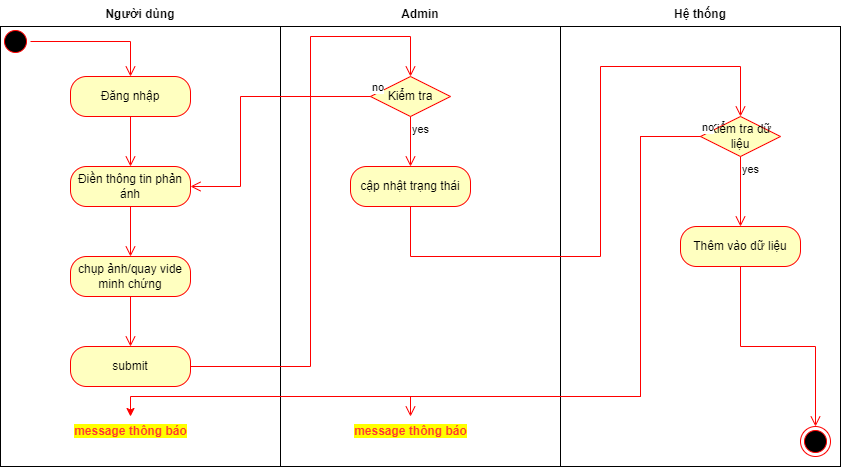
The draw.io diagram Hệ Thống/Họa động phản ánh.png in shinoasada1907/My_Life_App, before a commit. Source tidied: cells renumbered, new cells last; positions are measured from the earlier drawing's top-left corner, leaving out a move shared by most shapes. The source it was exported from:
```xml
<mxGraphModel background="#ffffff">
  <root>
    <mxCell id="0" />
    <mxCell id="1" parent="0" />
    <mxCell id="2" style="html=1;perimeter=orthogonalPerimeter;" parent="1" vertex="1">
      <mxGeometry y="26" width="280" height="440" as="geometry" />
    </mxCell>
    <mxCell id="3" style="html=1;perimeter=orthogonalPerimeter;" parent="1" vertex="1">
      <mxGeometry x="280" y="26" width="280" height="440" as="geometry" />
    </mxCell>
    <mxCell id="4" style="ellipse;html=1;shape=startState;fillColor=#000000;strokeColor=#ff0000;" parent="1" vertex="1">
      <mxGeometry y="26" width="30" height="30" as="geometry" />
    </mxCell>
    <mxCell id="5" style="edgeStyle=orthogonalEdgeStyle;html=1;verticalAlign=bottom;endArrow=open;endSize=8;strokeColor=#ff0000;rounded=0;entryX=0.5;entryY=0;entryDx=0;entryDy=0;" parent="1" edge="1" source="4" target="10">
      <mxGeometry relative="1" as="geometry" />
    </mxCell>
    <mxCell id="6" style="html=1;perimeter=orthogonalPerimeter;" parent="1" vertex="1">
      <mxGeometry x="560" y="26" width="280" height="440" as="geometry" />
    </mxCell>
    <mxCell id="7" value="Người dùng" style="text;align=center;fontStyle=1;verticalAlign=middle;spacingLeft=3;spacingRight=3;strokeColor=none;" parent="1" vertex="1">
      <mxGeometry x="100" width="80" height="26" as="geometry" />
    </mxCell>
    <mxCell id="8" value="Admin" style="text;align=center;fontStyle=1;verticalAlign=middle;spacingLeft=3;spacingRight=3;strokeColor=none;" parent="1" vertex="1">
      <mxGeometry x="380" width="80" height="26" as="geometry" />
    </mxCell>
    <mxCell id="9" value="Hệ thống" style="text;align=center;fontStyle=1;verticalAlign=middle;spacingLeft=3;spacingRight=3;strokeColor=none;" parent="1" vertex="1">
      <mxGeometry x="660" width="80" height="26" as="geometry" />
    </mxCell>
    <mxCell id="10" value="Đăng nhập" style="rounded=1;whiteSpace=wrap;html=1;arcSize=40;fontColor=#000000;fillColor=#ffffc0;strokeColor=#ff0000;" parent="1" vertex="1">
      <mxGeometry x="70" y="76" width="120" height="40" as="geometry" />
    </mxCell>
    <mxCell id="11" style="edgeStyle=orthogonalEdgeStyle;html=1;verticalAlign=bottom;endArrow=open;endSize=8;strokeColor=#ff0000;rounded=0;" parent="1" edge="1" source="10" target="12">
      <mxGeometry relative="1" as="geometry" />
    </mxCell>
    <mxCell id="12" value="Điền thông tin phản ánh" style="rounded=1;whiteSpace=wrap;html=1;arcSize=40;fontColor=#000000;fillColor=#ffffc0;strokeColor=#ff0000;" parent="1" vertex="1">
      <mxGeometry x="70" y="166" width="120" height="40" as="geometry" />
    </mxCell>
    <mxCell id="13" style="edgeStyle=orthogonalEdgeStyle;html=1;verticalAlign=bottom;endArrow=open;endSize=8;strokeColor=#ff0000;rounded=0;" parent="1" edge="1" source="12" target="14">
      <mxGeometry relative="1" as="geometry" />
    </mxCell>
    <mxCell id="14" value="chụp ảnh/quay vide minh chứng" style="rounded=1;whiteSpace=wrap;html=1;arcSize=40;fontColor=#000000;fillColor=#ffffc0;strokeColor=#ff0000;" parent="1" vertex="1">
      <mxGeometry x="70" y="256" width="120" height="40" as="geometry" />
    </mxCell>
    <mxCell id="15" style="edgeStyle=orthogonalEdgeStyle;html=1;verticalAlign=bottom;endArrow=open;endSize=8;strokeColor=#ff0000;rounded=0;entryX=0.5;entryY=0;entryDx=0;entryDy=0;" parent="1" edge="1" source="14" target="16">
      <mxGeometry relative="1" as="geometry" />
    </mxCell>
    <mxCell id="16" value="submit" style="rounded=1;whiteSpace=wrap;html=1;arcSize=40;fontColor=#000000;fillColor=#ffffc0;strokeColor=#ff0000;" parent="1" vertex="1">
      <mxGeometry x="70" y="346" width="120" height="40" as="geometry" />
    </mxCell>
    <mxCell id="17" style="edgeStyle=orthogonalEdgeStyle;html=1;verticalAlign=bottom;endArrow=open;endSize=8;strokeColor=#ff0000;rounded=0;entryX=0.5;entryY=0;entryDx=0;entryDy=0;" parent="1" edge="1" source="16" target="20">
      <mxGeometry relative="1" as="geometry">
        <Array as="points">
          <mxPoint x="310" y="366" />
          <mxPoint x="310" y="36" />
          <mxPoint x="410" y="36" />
        </Array>
      </mxGeometry>
    </mxCell>
    <mxCell id="18" value="cập nhật trạng thái" style="rounded=1;whiteSpace=wrap;html=1;arcSize=40;fontColor=#000000;fillColor=#ffffc0;strokeColor=#ff0000;" parent="1" vertex="1">
      <mxGeometry x="350" y="166" width="120" height="40" as="geometry" />
    </mxCell>
    <mxCell id="19" style="edgeStyle=orthogonalEdgeStyle;html=1;verticalAlign=bottom;endArrow=open;endSize=8;strokeColor=#ff0000;rounded=0;entryX=0.5;entryY=0;entryDx=0;entryDy=0;" parent="1" edge="1" source="18" target="24">
      <mxGeometry relative="1" as="geometry">
        <Array as="points">
          <mxPoint x="410" y="256" />
          <mxPoint x="600" y="256" />
          <mxPoint x="600" y="66" />
          <mxPoint x="740" y="66" />
        </Array>
      </mxGeometry>
    </mxCell>
    <mxCell id="20" value="Kiểm tra" style="rhombus;whiteSpace=wrap;html=1;fillColor=#ffffc0;strokeColor=#ff0000;" parent="1" vertex="1">
      <mxGeometry x="370" y="76" width="80" height="40" as="geometry" />
    </mxCell>
    <mxCell id="21" value="no" style="edgeStyle=orthogonalEdgeStyle;html=1;align=left;verticalAlign=bottom;endArrow=open;endSize=8;strokeColor=#ff0000;rounded=0;entryX=1;entryY=0.5;entryDx=0;entryDy=0;" parent="1" edge="1" source="20" target="12">
      <mxGeometry x="-1" relative="1" as="geometry">
        <Array as="points">
          <mxPoint x="240" y="96" />
          <mxPoint x="240" y="186" />
        </Array>
      </mxGeometry>
    </mxCell>
    <mxCell id="22" value="yes" style="edgeStyle=orthogonalEdgeStyle;html=1;align=left;verticalAlign=top;endArrow=open;endSize=8;strokeColor=#ff0000;rounded=0;entryX=0.5;entryY=0;entryDx=0;entryDy=0;" parent="1" edge="1" source="20" target="18">
      <mxGeometry x="-1" relative="1" as="geometry" />
    </mxCell>
    <mxCell id="23" style="edgeStyle=orthogonalEdgeStyle;rounded=0;jettySize=auto;html=1;exitX=0;exitY=0.5;exitDx=0;exitDy=0;fontColor=#FF3333;strokeColor=#FF0000;" parent="1" edge="1" source="24" target="29">
      <mxGeometry relative="1" as="geometry">
        <Array as="points">
          <mxPoint x="640" y="136" />
          <mxPoint x="640" y="396" />
          <mxPoint x="130" y="396" />
        </Array>
      </mxGeometry>
    </mxCell>
    <mxCell id="24" value="Kiểm tra dữ liệu" style="rhombus;whiteSpace=wrap;html=1;fillColor=#ffffc0;strokeColor=#ff0000;" parent="1" vertex="1">
      <mxGeometry x="700" y="116" width="80" height="40" as="geometry" />
    </mxCell>
    <mxCell id="25" value="no" style="edgeStyle=orthogonalEdgeStyle;html=1;align=left;verticalAlign=bottom;endArrow=open;endSize=8;strokeColor=#ff0000;rounded=0;" parent="1" edge="1" source="24" target="30">
      <mxGeometry x="-1" relative="1" as="geometry">
        <Array as="points">
          <mxPoint x="640" y="136" />
          <mxPoint x="640" y="396" />
          <mxPoint x="410" y="396" />
        </Array>
      </mxGeometry>
    </mxCell>
    <mxCell id="26" value="yes" style="edgeStyle=orthogonalEdgeStyle;html=1;align=left;verticalAlign=top;endArrow=open;endSize=8;strokeColor=#ff0000;rounded=0;" parent="1" edge="1" source="24" target="27">
      <mxGeometry x="-1" relative="1" as="geometry" />
    </mxCell>
    <mxCell id="27" value="Thêm vào dữ liệu" style="rounded=1;whiteSpace=wrap;html=1;arcSize=40;fontColor=#000000;fillColor=#ffffc0;strokeColor=#ff0000;" parent="1" vertex="1">
      <mxGeometry x="680" y="226" width="120" height="40" as="geometry" />
    </mxCell>
    <mxCell id="28" style="edgeStyle=orthogonalEdgeStyle;html=1;verticalAlign=bottom;endArrow=open;endSize=8;strokeColor=#FF0000;rounded=0;entryX=0.5;entryY=0;entryDx=0;entryDy=0;" parent="1" edge="1" source="27" target="31">
      <mxGeometry relative="1" as="geometry" />
    </mxCell>
    <mxCell id="29" value="&lt;b style=&quot;background-color: rgb(255, 255, 0);&quot;&gt;&lt;font color=&quot;#ff3333&quot;&gt;message thông báo&lt;/font&gt;&lt;/b&gt;" style="text;html=1;align=center;verticalAlign=middle;points=[];strokeColor=none;fillColor=none;" parent="1" vertex="1">
      <mxGeometry x="60" y="416" width="140" height="30" as="geometry" />
    </mxCell>
    <mxCell id="30" value="&lt;b style=&quot;background-color: rgb(255, 255, 0);&quot;&gt;&lt;font color=&quot;#ff3333&quot;&gt;message thông báo&lt;/font&gt;&lt;/b&gt;" style="text;html=1;align=center;verticalAlign=middle;points=[];strokeColor=none;fillColor=none;" parent="1" vertex="1">
      <mxGeometry x="340" y="416" width="140" height="30" as="geometry" />
    </mxCell>
    <mxCell id="31" style="ellipse;html=1;shape=endState;fillColor=#000000;strokeColor=#ff0000;labelBackgroundColor=#FFFF00;fontColor=#FF3333;" parent="1" vertex="1">
      <mxGeometry x="800" y="426" width="30" height="30" as="geometry" />
    </mxCell>
  </root>
</mxGraphModel>
```
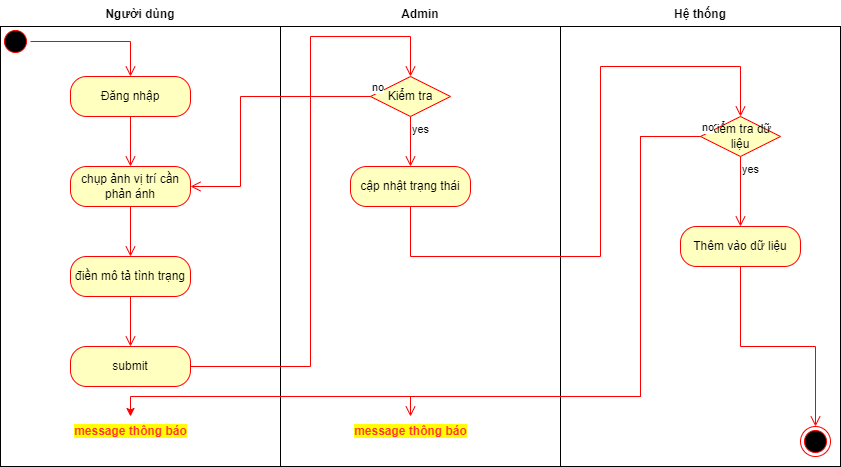
Above is the later version.

Change to the diagram source:
```diff
@@ -32,13 +32,13 @@
     <mxCell id="11" style="edgeStyle=orthogonalEdgeStyle;html=1;verticalAlign=bottom;endArrow=open;endSize=8;strokeColor=#ff0000;rounded=0;" parent="1" edge="1" source="10" target="12">
       <mxGeometry relative="1" as="geometry" />
     </mxCell>
-    <mxCell id="12" value="Điền thông tin phản ánh" style="rounded=1;whiteSpace=wrap;html=1;arcSize=40;fontColor=#000000;fillColor=#ffffc0;strokeColor=#ff0000;" parent="1" vertex="1">
+    <mxCell id="12" value="chụp ảnh vị trí cần phản ánh" style="rounded=1;whiteSpace=wrap;html=1;arcSize=40;fontColor=#000000;fillColor=#ffffc0;strokeColor=#ff0000;" parent="1" vertex="1">
       <mxGeometry x="70" y="166" width="120" height="40" as="geometry" />
     </mxCell>
     <mxCell id="13" style="edgeStyle=orthogonalEdgeStyle;html=1;verticalAlign=bottom;endArrow=open;endSize=8;strokeColor=#ff0000;rounded=0;" parent="1" edge="1" source="12" target="14">
       <mxGeometry relative="1" as="geometry" />
     </mxCell>
-    <mxCell id="14" value="chụp ảnh/quay vide minh chứng" style="rounded=1;whiteSpace=wrap;html=1;arcSize=40;fontColor=#000000;fillColor=#ffffc0;strokeColor=#ff0000;" parent="1" vertex="1">
+    <mxCell id="14" value="điền mô tả tình trạng" style="rounded=1;whiteSpace=wrap;html=1;arcSize=40;fontColor=#000000;fillColor=#ffffc0;strokeColor=#ff0000;" parent="1" vertex="1">
       <mxGeometry x="70" y="256" width="120" height="40" as="geometry" />
     </mxCell>
     <mxCell id="15" style="edgeStyle=orthogonalEdgeStyle;html=1;verticalAlign=bottom;endArrow=open;endSize=8;strokeColor=#ff0000;rounded=0;entryX=0.5;entryY=0;entryDx=0;entryDy=0;" parent="1" edge="1" source="14" target="16">
```
